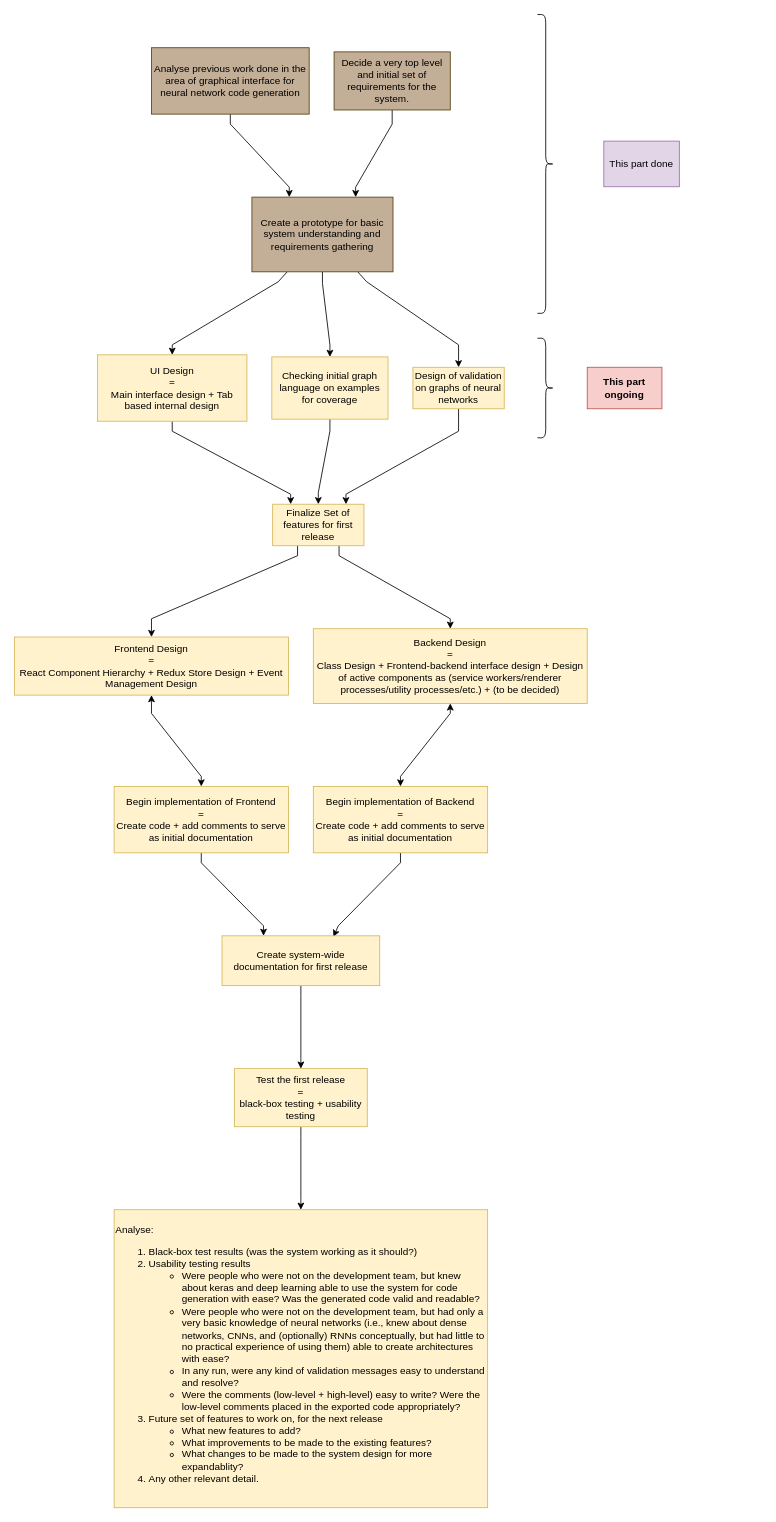
Earlier version of the draw.io diagram Roadmap.drawio (rohan843/dnncase). Source tidied: cells renumbered, new cells numbered last; positions are measured from the earlier drawing's top-left corner, leaving out a move shared by most shapes. Both pictures are drawn from the tidied source at 83%, with x=0, y=0 at pixel (14, 14).
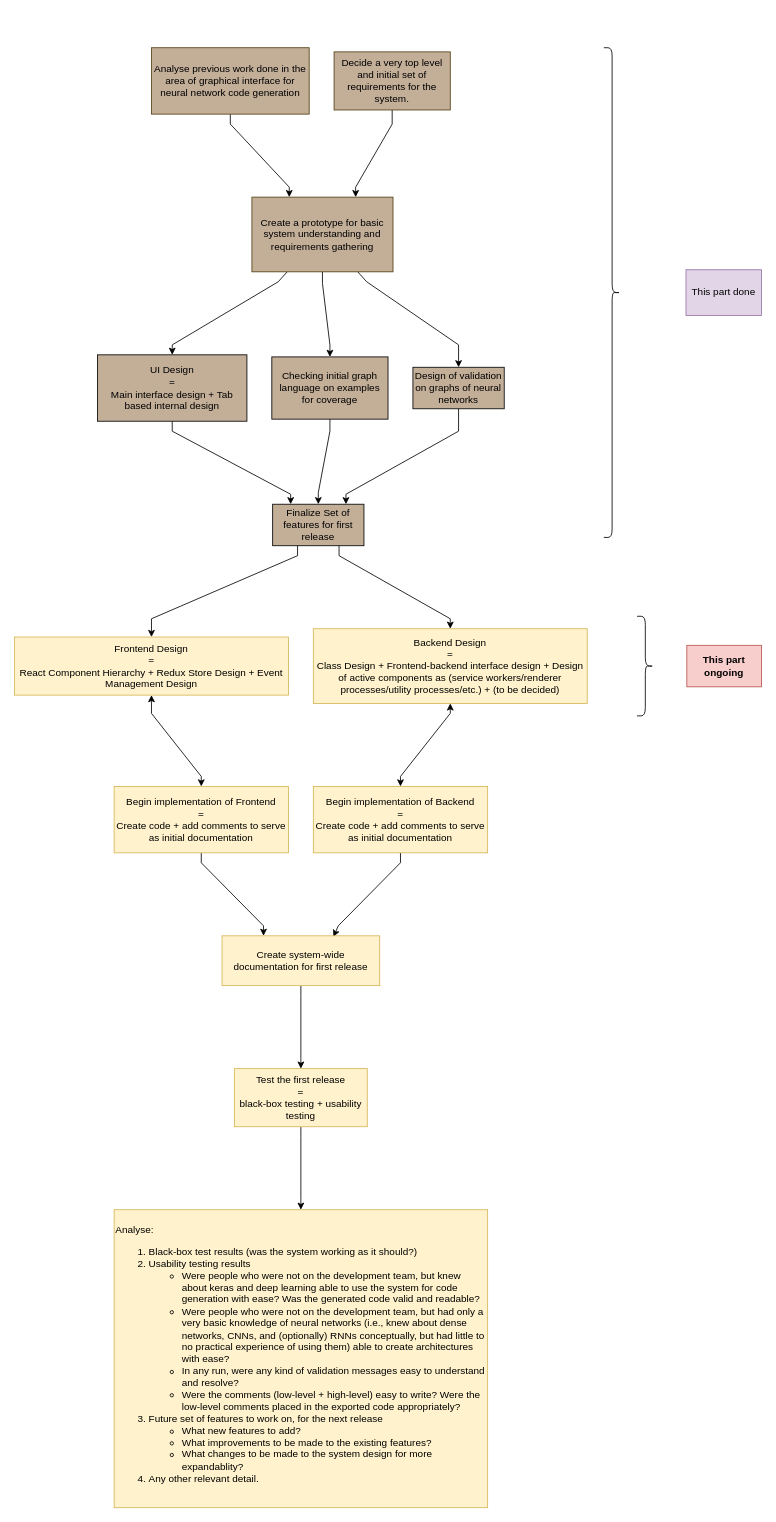
The same page after the edit.

Diff of the diagram source:
```diff
@@
-    <mxCell id="8" value="Finalize Set of features for first release" style="html=1;whiteSpace=wrap;fillColor=#fff2cc;strokeColor=#d6b656;" parent="1" vertex="1">
+    <mxCell id="8" value="Finalize Set of features for first release" style="html=1;whiteSpace=wrap;fillColor=#c3ae98;strokeColor=#000000;" parent="1" vertex="1">
       <mxGeometry x="311" y="590" width="110" height="50" as="geometry" />
     </mxCell>
@@
-    <mxCell id="14" value="UI Design&lt;br&gt;=&lt;br&gt;Main interface design + Tab based internal design" style="html=1;whiteSpace=wrap;fillColor=#fff2cc;strokeColor=#d6b656;" parent="1" vertex="1">
+    <mxCell id="14" value="UI Design&lt;br&gt;=&lt;br&gt;Main interface design + Tab based internal design" style="html=1;whiteSpace=wrap;fillColor=#c3ae98;strokeColor=#000000;" parent="1" vertex="1">
       <mxGeometry x="100" y="410" width="180" height="80" as="geometry" />
     </mxCell>
@@
-    <mxCell id="16" value="Checking initial graph language on examples for coverage" style="html=1;whiteSpace=wrap;fillColor=#fff2cc;strokeColor=#d6b656;" parent="1" vertex="1">
+    <mxCell id="16" value="Checking initial graph language on examples for coverage" style="html=1;whiteSpace=wrap;fillColor=#c3ae98;strokeColor=#000000;" parent="1" vertex="1">
       <mxGeometry x="310" y="412.5" width="140" height="75" as="geometry" />
     </mxCell>
@@
-    <mxCell id="18" value="Design of validation on graphs of neural networks" style="html=1;whiteSpace=wrap;fillColor=#fff2cc;strokeColor=#d6b656;" parent="1" vertex="1">
+    <mxCell id="18" value="Design of validation on graphs of neural networks" style="html=1;whiteSpace=wrap;fillColor=#c3ae98;strokeColor=#000000;" parent="1" vertex="1">
       <mxGeometry x="480" y="425" width="110" height="50" as="geometry" />
     </mxCell>
@@
     <mxCell id="31" style="shape=curlyBracket;whiteSpace=wrap;html=1;rounded=1;flipH=1;labelPosition=right;verticalLabelPosition=middle;align=left;verticalAlign=middle;" parent="1" vertex="1">
-      <mxGeometry x="630" y="390" width="20" height="120" as="geometry" />
+      <mxGeometry x="750" y="725" width="20" height="120" as="geometry" />
     </mxCell>
     <mxCell id="32" value="&lt;b&gt;This part ongoing&lt;/b&gt;" style="text;html=1;strokeColor=#b85450;fillColor=#f8cecc;align=center;verticalAlign=middle;whiteSpace=wrap;rounded=0;" parent="1" vertex="1">
-      <mxGeometry x="690" y="425" width="90" height="50" as="geometry" />
+      <mxGeometry x="810" y="760" width="90" height="50" as="geometry" />
     </mxCell>
@@
     <mxCell id="34" style="shape=curlyBracket;whiteSpace=wrap;html=1;rounded=1;flipH=1;labelPosition=right;verticalLabelPosition=middle;align=left;verticalAlign=middle;" parent="1" vertex="1">
-      <mxGeometry x="630" width="20" height="360" as="geometry" />
+      <mxGeometry x="710" y="40" width="20" height="590" as="geometry" />
     </mxCell>
     <mxCell id="35" value="This part done" style="text;html=1;strokeColor=#9673a6;fillColor=#e1d5e7;align=center;verticalAlign=middle;whiteSpace=wrap;rounded=0;" parent="1" vertex="1">
-      <mxGeometry x="710" y="152.5" width="91" height="55" as="geometry" />
+      <mxGeometry x="809" y="307.5" width="91" height="55" as="geometry" />
     </mxCell>
```
